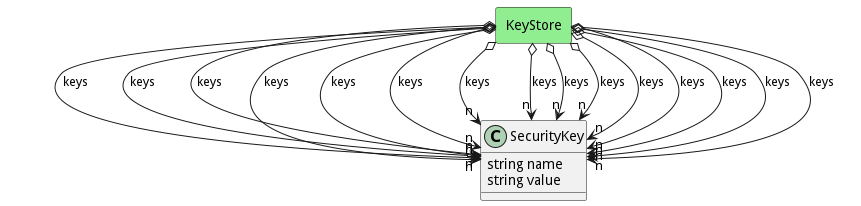
This is docs/sabr/sa/models/securitykey/logical.png from madajaju/sabr, a PlantUML export, as it was before one commit. Source of this version:
```plantuml
@startuml

class "SecurityKey" as Model {
 string name
 string value


}



    rectangle "KeyStore" as KeyStore #lightgreen {
    }

        KeyStore   o--> "n" Model : "keys"

    rectangle "KeyStore" as KeyStore #lightgreen {
    }

        KeyStore   o--> "n" Model : "keys"

    rectangle "KeyStore" as KeyStore #lightgreen {
    }

        KeyStore   o--> "n" Model : "keys"

    rectangle "KeyStore" as KeyStore #lightgreen {
    }

        KeyStore   o--> "n" Model : "keys"

    rectangle "KeyStore" as KeyStore #lightgreen {
    }

        KeyStore   o--> "n" Model : "keys"

    rectangle "KeyStore" as KeyStore #lightgreen {
    }

        KeyStore   o--> "n" Model : "keys"

    rectangle "KeyStore" as KeyStore #lightgreen {
    }

        KeyStore   o--> "n" Model : "keys"

    rectangle "KeyStore" as KeyStore #lightgreen {
    }

        KeyStore   o--> "n" Model : "keys"

    rectangle "KeyStore" as KeyStore #lightgreen {
    }

        KeyStore   o--> "n" Model : "keys"

    rectangle "KeyStore" as KeyStore #lightgreen {
    }

        KeyStore   o--> "n" Model : "keys"

    rectangle "KeyStore" as KeyStore #lightgreen {
    }

        KeyStore   o--> "n" Model : "keys"

    rectangle "KeyStore" as KeyStore #lightgreen {
    }

        KeyStore   o--> "n" Model : "keys"

    rectangle "KeyStore" as KeyStore #lightgreen {
    }

        KeyStore   o--> "n" Model : "keys"

    rectangle "KeyStore" as KeyStore #lightgreen {
    }

        KeyStore   o--> "n" Model : "keys"

    rectangle "KeyStore" as KeyStore #lightgreen {
    }

        KeyStore   o--> "n" Model : "keys"


@enduml
```
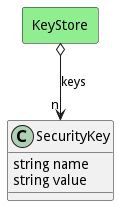
Above is the later version.

The edit, as a diff of the source:
```diff
@@ -14,75 +14,5 @@
 
         KeyStore   o--> "n" Model : "keys"
 
-    rectangle "KeyStore" as KeyStore #lightgreen {
-    }
-
-        KeyStore   o--> "n" Model : "keys"
-
-    rectangle "KeyStore" as KeyStore #lightgreen {
-    }
-
-        KeyStore   o--> "n" Model : "keys"
-
-    rectangle "KeyStore" as KeyStore #lightgreen {
-    }
-
-        KeyStore   o--> "n" Model : "keys"
-
-    rectangle "KeyStore" as KeyStore #lightgreen {
-    }
-
-        KeyStore   o--> "n" Model : "keys"
-
-    rectangle "KeyStore" as KeyStore #lightgreen {
-    }
-
-        KeyStore   o--> "n" Model : "keys"
-
-    rectangle "KeyStore" as KeyStore #lightgreen {
-    }
-
-        KeyStore   o--> "n" Model : "keys"
-
-    rectangle "KeyStore" as KeyStore #lightgreen {
-    }
-
-        KeyStore   o--> "n" Model : "keys"
-
-    rectangle "KeyStore" as KeyStore #lightgreen {
-    }
-
-        KeyStore   o--> "n" Model : "keys"
-
-    rectangle "KeyStore" as KeyStore #lightgreen {
-    }
-
-        KeyStore   o--> "n" Model : "keys"
-
-    rectangle "KeyStore" as KeyStore #lightgreen {
-    }
-
-        KeyStore   o--> "n" Model : "keys"
-
-    rectangle "KeyStore" as KeyStore #lightgreen {
-    }
-
-        KeyStore   o--> "n" Model : "keys"
-
-    rectangle "KeyStore" as KeyStore #lightgreen {
-    }
-
-        KeyStore   o--> "n" Model : "keys"
-
-    rectangle "KeyStore" as KeyStore #lightgreen {
-    }
-
-        KeyStore   o--> "n" Model : "keys"
-
-    rectangle "KeyStore" as KeyStore #lightgreen {
-    }
-
-        KeyStore   o--> "n" Model : "keys"
-
 
 @enduml
```
